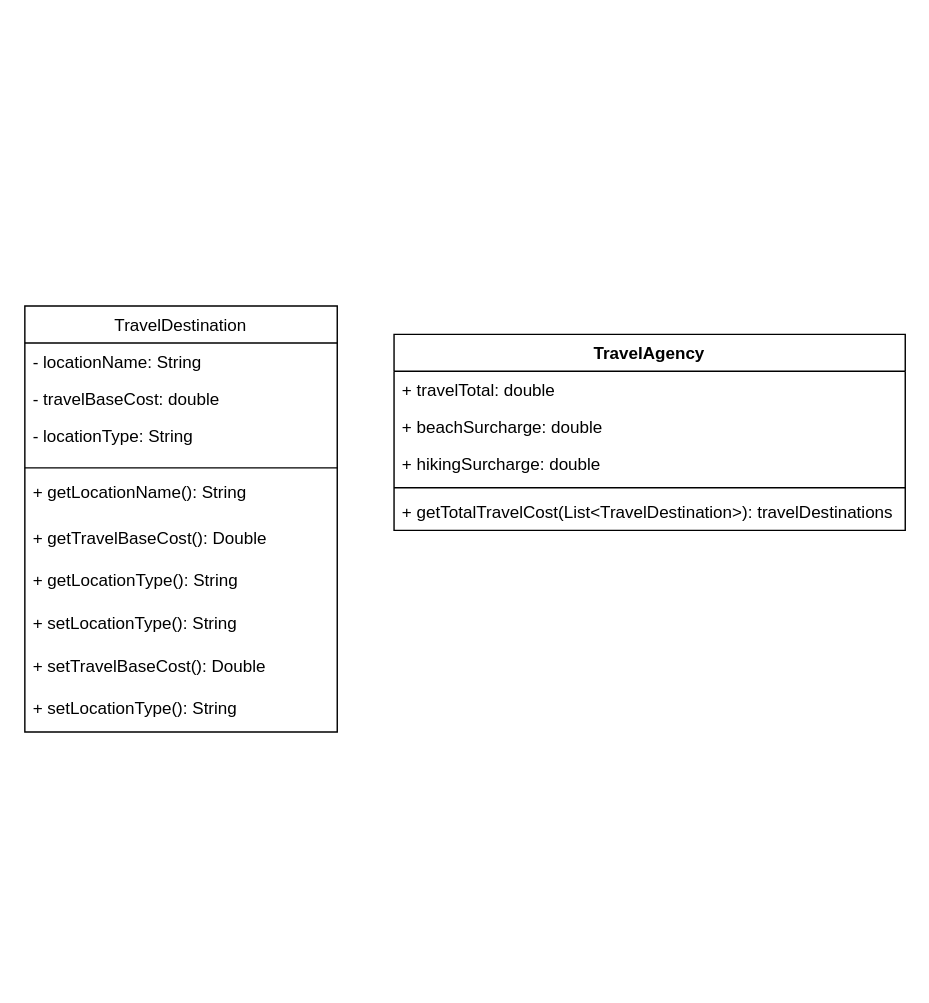
Earlier version of the draw.io diagram Untitled Diagram.drawio (Ceejay1009/CSC4111-GitAssignment). Source tidied: cells renumbered, new cells numbered last; positions are measured from the earlier drawing's top-left corner, leaving out a move shared by most shapes. Both pictures are drawn from the tidied source at 142%, with x=0, y=0 at pixel (24, 305).
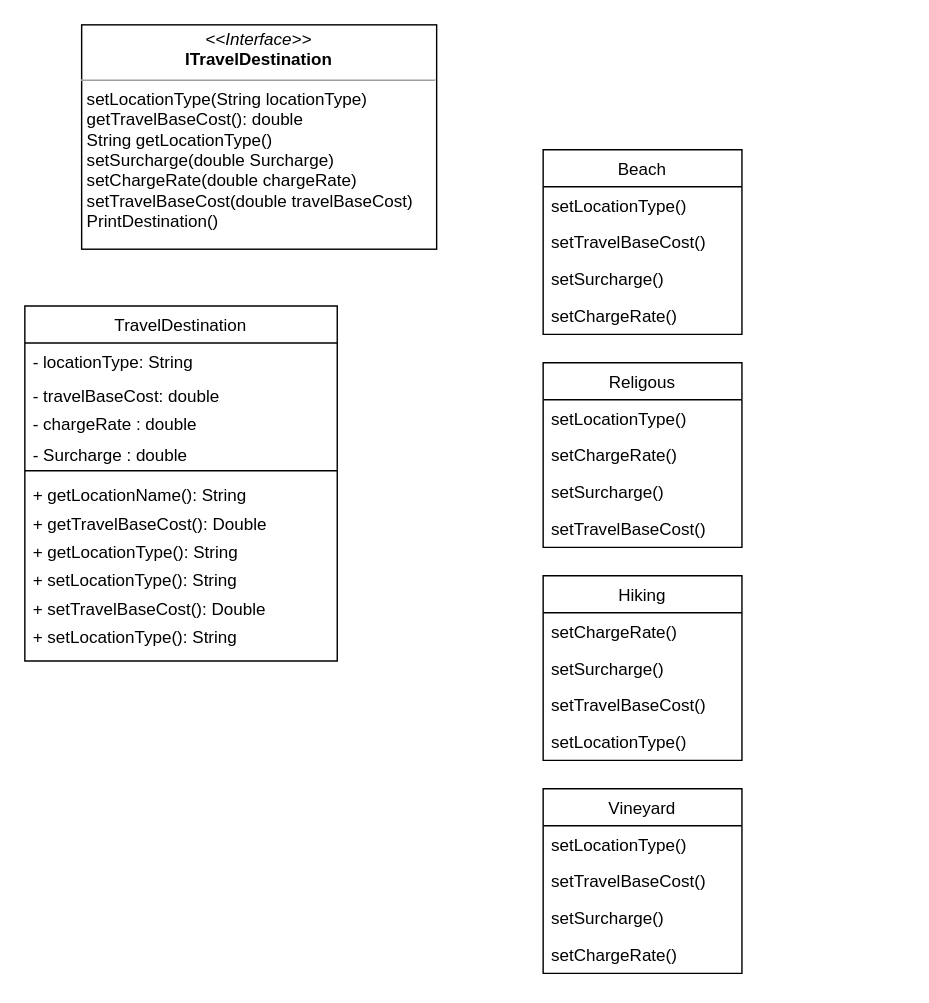
Above is the later version.

Change to the diagram source:
```diff
@@
     <mxCell id="2" value="TravelDestination" style="swimlane;fontStyle=0;horizontal=1;startSize=26;fillColor=none;" parent="1" vertex="1">
-      <mxGeometry width="220" height="300" as="geometry" />
+      <mxGeometry width="220" height="250" as="geometry" />
     </mxCell>
-    <mxCell id="3" value="- locationName: String" style="text;strokeColor=none;fillColor=none;align=left;verticalAlign=top;spacingLeft=4;spacingRight=4;overflow=hidden;" parent="2" vertex="1">
-      <mxGeometry y="26" width="220" height="26" as="geometry" />
+    <mxCell id="3" value="- locationType: String" style="text;strokeColor=none;fillColor=none;align=left;verticalAlign=top;spacingLeft=4;spacingRight=4;overflow=hidden;" parent="2" vertex="1">
+      <mxGeometry y="26" width="220" height="24" as="geometry" />
     </mxCell>
     <mxCell id="4" value="- travelBaseCost: double" style="text;strokeColor=none;fillColor=none;align=left;verticalAlign=top;spacingLeft=4;spacingRight=4;overflow=hidden;" parent="2" vertex="1">
-      <mxGeometry y="52" width="220" height="26" as="geometry" />
+      <mxGeometry y="50" width="220" height="20" as="geometry" />
     </mxCell>
-    <mxCell id="5" value="- locationType: String" style="text;strokeColor=none;fillColor=none;align=left;verticalAlign=top;spacingLeft=4;spacingRight=4;overflow=hidden;" parent="2" vertex="1">
-      <mxGeometry y="78" width="220" height="32" as="geometry" />
+    <mxCell id="5" value="- chargeRate : double" style="text;strokeColor=none;fillColor=none;align=left;verticalAlign=top;spacingLeft=4;spacingRight=4;overflow=hidden;" parent="2" vertex="1">
+      <mxGeometry y="70" width="220" height="22" as="geometry" />
     </mxCell>
+    <mxCell id="19" value="- Surcharge : double" style="text;strokeColor=none;fillColor=none;align=left;verticalAlign=top;spacingLeft=4;spacingRight=4;overflow=hidden;" parent="2" vertex="1">
+      <mxGeometry y="92" width="220" height="20" as="geometry" />
+    </mxCell>
     <mxCell id="6" style="line;strokeWidth=1;fillColor=none;align=left;verticalAlign=middle;spacingTop=-1;spacingLeft=3;spacingRight=3;labelPosition=right;strokeColor=inherit;" parent="2" vertex="1">
-      <mxGeometry y="110" width="220" height="8" as="geometry" />
+      <mxGeometry y="112" width="220" height="8" as="geometry" />
     </mxCell>
     <mxCell id="7" value="+ getLocationName(): String" style="text;strokeColor=none;fillColor=none;align=left;verticalAlign=top;spacingLeft=4;spacingRight=4;overflow=hidden;" parent="2" vertex="1">
-      <mxGeometry y="118" width="220" height="32" as="geometry" />
+      <mxGeometry y="120" width="220" height="20" as="geometry" />
     </mxCell>
     <mxCell id="8" value="+ getTravelBaseCost(): Double" style="text;strokeColor=none;fillColor=none;align=left;verticalAlign=top;spacingLeft=4;spacingRight=4;overflow=hidden;" parent="2" vertex="1">
-      <mxGeometry y="150" width="220" height="30" as="geometry" />
+      <mxGeometry y="140" width="220" height="20" as="geometry" />
     </mxCell>
     <mxCell id="9" value="+ getLocationType(): String" style="text;strokeColor=none;fillColor=none;align=left;verticalAlign=top;spacingLeft=4;spacingRight=4;overflow=hidden;" parent="2" vertex="1">
-      <mxGeometry y="180" width="220" height="30" as="geometry" />
+      <mxGeometry y="160" width="220" height="20" as="geometry" />
     </mxCell>
     <mxCell id="10" value="+ setLocationType(): String" style="text;strokeColor=none;fillColor=none;align=left;verticalAlign=top;spacingLeft=4;spacingRight=4;overflow=hidden;" parent="2" vertex="1">
-      <mxGeometry y="210" width="220" height="30" as="geometry" />
+      <mxGeometry y="180" width="220" height="20" as="geometry" />
     </mxCell>
     <mxCell id="11" value="+ setTravelBaseCost(): Double" style="text;strokeColor=none;fillColor=none;align=left;verticalAlign=top;spacingLeft=4;spacingRight=4;overflow=hidden;" parent="2" vertex="1">
-      <mxGeometry y="240" width="220" height="30" as="geometry" />
+      <mxGeometry y="200" width="220" height="20" as="geometry" />
     </mxCell>
     <mxCell id="12" value="+ setLocationType(): String" style="text;strokeColor=none;fillColor=none;align=left;verticalAlign=top;spacingLeft=4;spacingRight=4;overflow=hidden;" parent="2" vertex="1">
-      <mxGeometry y="270" width="220" height="30" as="geometry" />
+      <mxGeometry y="220" width="220" height="30" as="geometry" />
     </mxCell>
-    <mxCell id="13" value="TravelAgency" style="swimlane;fontStyle=1;align=center;verticalAlign=top;horizontal=1;startSize=26;" parent="1" vertex="1">
-      <mxGeometry x="260" y="20" width="360" height="138" as="geometry" />
-    </mxCell>
-    <mxCell id="14" value="+ travelTotal: double " style="text;strokeColor=none;fillColor=none;align=left;verticalAlign=top;spacingLeft=4;spacingRight=4;overflow=hidden;" parent="13" vertex="1">
-      <mxGeometry y="26" width="360" height="26" as="geometry" />
-    </mxCell>
-    <mxCell id="15" value="+ beachSurcharge: double" style="text;strokeColor=none;fillColor=none;align=left;verticalAlign=top;spacingLeft=4;spacingRight=4;overflow=hidden;" parent="13" vertex="1">
-      <mxGeometry y="52" width="360" height="26" as="geometry" />
-    </mxCell>
-    <mxCell id="16" value="+ hikingSurcharge: double" style="text;strokeColor=none;fillColor=none;align=left;verticalAlign=top;spacingLeft=4;spacingRight=4;overflow=hidden;" parent="13" vertex="1">
-      <mxGeometry y="78" width="360" height="26" as="geometry" />
-    </mxCell>
-    <mxCell id="17" style="line;strokeWidth=1;fillColor=none;align=left;verticalAlign=middle;spacingTop=-1;spacingLeft=3;spacingRight=3;labelPosition=right;strokeColor=inherit;" parent="13" vertex="1">
-      <mxGeometry y="104" width="360" height="8" as="geometry" />
-    </mxCell>
-    <mxCell id="18" value="+ getTotalTravelCost(List&lt;TravelDestination&gt;): travelDestinations" style="text;strokeColor=none;fillColor=none;align=left;verticalAlign=top;spacingLeft=4;spacingRight=4;overflow=hidden;" parent="13" vertex="1">
-      <mxGeometry y="112" width="360" height="26" as="geometry" />
-    </mxCell>
+    <mxCell id="20" value="Beach" style="swimlane;fontStyle=0;horizontal=1;startSize=26;fillColor=none;" parent="1" vertex="1">
+      <mxGeometry x="365" y="-110" width="140" height="130" as="geometry" />
+    </mxCell>
+    <mxCell id="21" value="setLocationType()" style="text;strokeColor=none;fillColor=none;align=left;verticalAlign=top;spacingLeft=4;spacingRight=4;overflow=hidden;" parent="20" vertex="1">
+      <mxGeometry y="26" width="140" height="26" as="geometry" />
+    </mxCell>
+    <mxCell id="22" value="setTravelBaseCost()" style="text;strokeColor=none;fillColor=none;align=left;verticalAlign=top;spacingLeft=4;spacingRight=4;overflow=hidden;" parent="20" vertex="1">
+      <mxGeometry y="52" width="140" height="26" as="geometry" />
+    </mxCell>
+    <mxCell id="23" value="setSurcharge()" style="text;strokeColor=none;fillColor=none;align=left;verticalAlign=top;spacingLeft=4;spacingRight=4;overflow=hidden;" parent="20" vertex="1">
+      <mxGeometry y="78" width="140" height="26" as="geometry" />
+    </mxCell>
+    <mxCell id="24" value="setChargeRate()" style="text;strokeColor=none;fillColor=none;align=left;verticalAlign=top;spacingLeft=4;spacingRight=4;overflow=hidden;" parent="20" vertex="1">
+      <mxGeometry y="104" width="140" height="26" as="geometry" />
+    </mxCell>
+    <mxCell id="25" value="Hiking" style="swimlane;fontStyle=0;horizontal=1;startSize=26;fillColor=none;" parent="1" vertex="1">
+      <mxGeometry x="365" y="190" width="140" height="130" as="geometry" />
+    </mxCell>
+    <mxCell id="26" value="setChargeRate()" style="text;strokeColor=none;fillColor=none;align=left;verticalAlign=top;spacingLeft=4;spacingRight=4;overflow=hidden;" parent="25" vertex="1">
+      <mxGeometry y="26" width="140" height="26" as="geometry" />
+    </mxCell>
+    <mxCell id="27" value="setSurcharge()" style="text;strokeColor=none;fillColor=none;align=left;verticalAlign=top;spacingLeft=4;spacingRight=4;overflow=hidden;" parent="25" vertex="1">
+      <mxGeometry y="52" width="140" height="26" as="geometry" />
+    </mxCell>
+    <mxCell id="28" value="setTravelBaseCost()" style="text;strokeColor=none;fillColor=none;align=left;verticalAlign=top;spacingLeft=4;spacingRight=4;overflow=hidden;" parent="25" vertex="1">
+      <mxGeometry y="78" width="140" height="26" as="geometry" />
+    </mxCell>
+    <mxCell id="29" value="setLocationType()" style="text;strokeColor=none;fillColor=none;align=left;verticalAlign=top;spacingLeft=4;spacingRight=4;overflow=hidden;" parent="25" vertex="1">
+      <mxGeometry y="104" width="140" height="26" as="geometry" />
+    </mxCell>
+    <mxCell id="30" value="Religous" style="swimlane;fontStyle=0;horizontal=1;startSize=26;fillColor=none;" parent="1" vertex="1">
+      <mxGeometry x="365" y="40" width="140" height="130" as="geometry" />
+    </mxCell>
+    <mxCell id="31" value="setLocationType()" style="text;strokeColor=none;fillColor=none;align=left;verticalAlign=top;spacingLeft=4;spacingRight=4;overflow=hidden;" parent="30" vertex="1">
+      <mxGeometry y="26" width="140" height="26" as="geometry" />
+    </mxCell>
+    <mxCell id="32" value="setChargeRate()" style="text;strokeColor=none;fillColor=none;align=left;verticalAlign=top;spacingLeft=4;spacingRight=4;overflow=hidden;" parent="30" vertex="1">
+      <mxGeometry y="52" width="140" height="26" as="geometry" />
+    </mxCell>
+    <mxCell id="33" value="setSurcharge()" style="text;strokeColor=none;fillColor=none;align=left;verticalAlign=top;spacingLeft=4;spacingRight=4;overflow=hidden;" parent="30" vertex="1">
+      <mxGeometry y="78" width="140" height="26" as="geometry" />
+    </mxCell>
+    <mxCell id="34" value="setTravelBaseCost()" style="text;strokeColor=none;fillColor=none;align=left;verticalAlign=top;spacingLeft=4;spacingRight=4;overflow=hidden;" parent="30" vertex="1">
+      <mxGeometry y="104" width="140" height="26" as="geometry" />
+    </mxCell>
+    <mxCell id="35" value="Vineyard" style="swimlane;fontStyle=0;horizontal=1;startSize=26;fillColor=none;" parent="1" vertex="1">
+      <mxGeometry x="365" y="340" width="140" height="130" as="geometry" />
+    </mxCell>
+    <mxCell id="36" value="setLocationType()" style="text;strokeColor=none;fillColor=none;align=left;verticalAlign=top;spacingLeft=4;spacingRight=4;overflow=hidden;" parent="35" vertex="1">
+      <mxGeometry y="26" width="140" height="26" as="geometry" />
+    </mxCell>
+    <mxCell id="37" value="setTravelBaseCost()" style="text;strokeColor=none;fillColor=none;align=left;verticalAlign=top;spacingLeft=4;spacingRight=4;overflow=hidden;" parent="35" vertex="1">
+      <mxGeometry y="52" width="140" height="26" as="geometry" />
+    </mxCell>
+    <mxCell id="38" value="setSurcharge()" style="text;strokeColor=none;fillColor=none;align=left;verticalAlign=top;spacingLeft=4;spacingRight=4;overflow=hidden;" parent="35" vertex="1">
+      <mxGeometry y="78" width="140" height="26" as="geometry" />
+    </mxCell>
+    <mxCell id="39" value="setChargeRate()" style="text;strokeColor=none;fillColor=none;align=left;verticalAlign=top;spacingLeft=4;spacingRight=4;overflow=hidden;" parent="35" vertex="1">
+      <mxGeometry y="104" width="140" height="26" as="geometry" />
+    </mxCell>
+    <mxCell id="40" value="&lt;p style=&quot;margin:0px;margin-top:4px;text-align:center;&quot;&gt;&lt;i&gt;&amp;lt;&amp;lt;Interface&amp;gt;&amp;gt;&lt;/i&gt;&lt;br&gt;&lt;b&gt;ITravelDestination&lt;/b&gt;&lt;/p&gt;&lt;hr size=&quot;1&quot;&gt;&lt;p style=&quot;margin:0px;margin-left:4px;&quot;&gt;setLocationType(String locationType)&lt;br&gt;getTravelBaseCost(): double&lt;/p&gt;&lt;p style=&quot;margin:0px;margin-left:4px;&quot;&gt;String getLocationType()&lt;/p&gt;&lt;p style=&quot;margin:0px;margin-left:4px;&quot;&gt;setSurcharge(double Surcharge)&lt;/p&gt;&lt;p style=&quot;margin:0px;margin-left:4px;&quot;&gt;setChargeRate(double chargeRate)&lt;/p&gt;&lt;p style=&quot;margin:0px;margin-left:4px;&quot;&gt;setTravelBaseCost(double travelBaseCost)&lt;/p&gt;&lt;p style=&quot;margin:0px;margin-left:4px;&quot;&gt;PrintDestination()&lt;/p&gt;" style="verticalAlign=top;align=left;overflow=fill;fontSize=12;fontFamily=Helvetica;html=1;" parent="1" vertex="1">
+      <mxGeometry x="40" y="-198" width="250" height="158" as="geometry" />
+    </mxCell>
```
